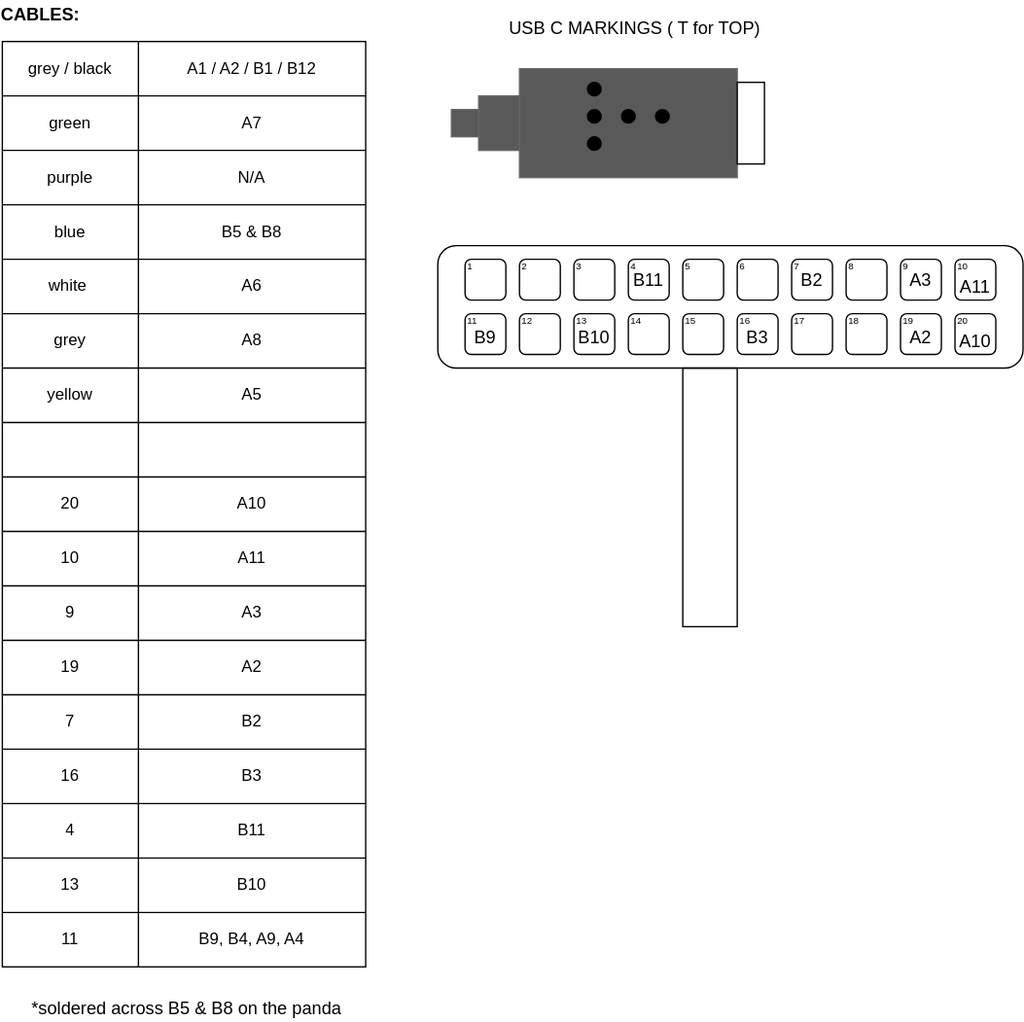
This is images/cable_and_pinout.svg from nanoadmin/rpilot, a draw.io export, as it was before one commit. Source tidied: cells renumbered, new cells last; positions are measured from the earlier drawing's top-left corner, leaving out a move shared by most shapes.
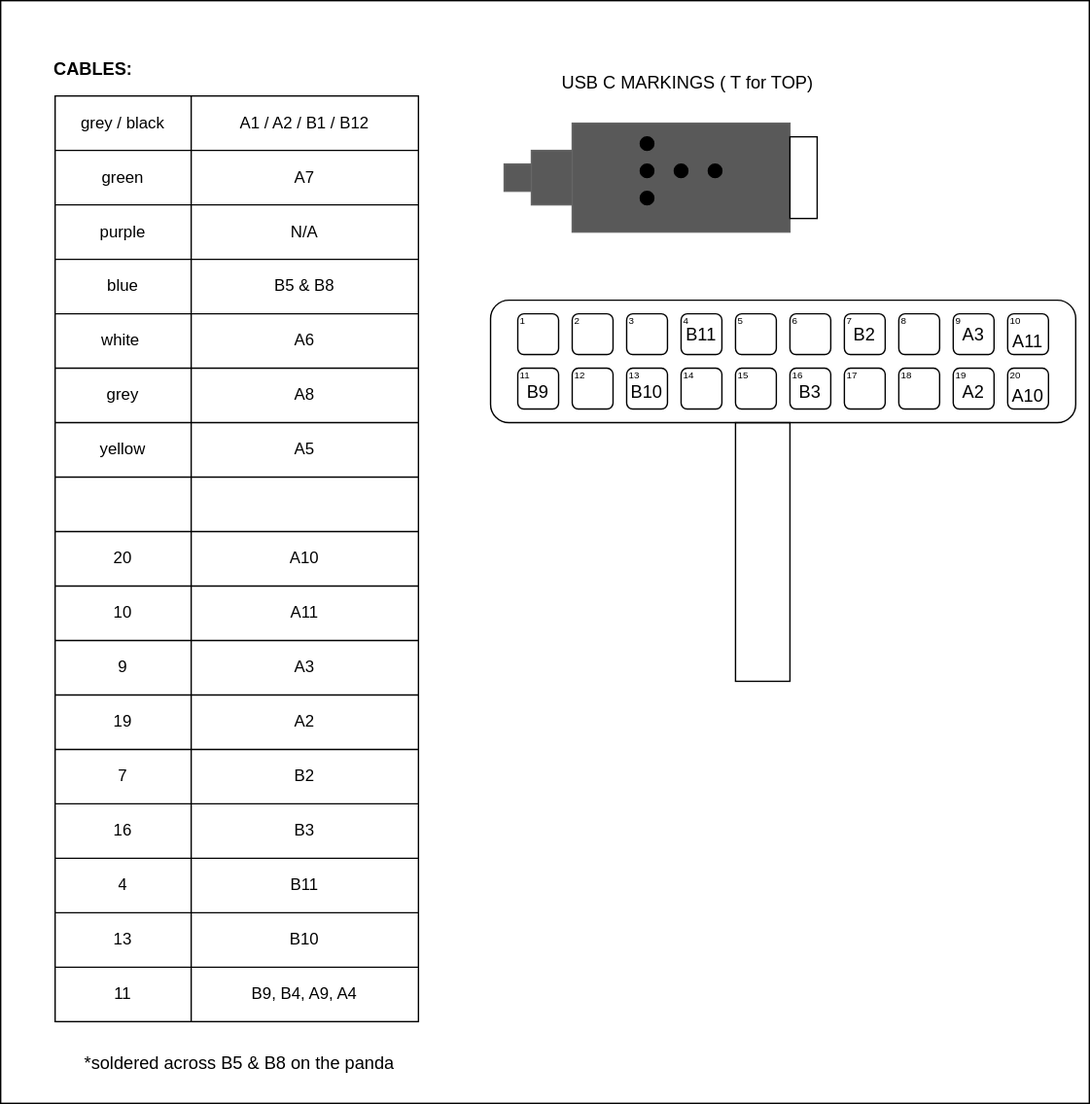
Later version of the same file.

The edit, as a diff of the source:
```diff
@@ -2,6 +2,9 @@
   <root>
     <mxCell id="0" />
     <mxCell id="1" parent="0" />
+    <mxCell id="100" style="rounded=0;whiteSpace=wrap;html=1;" parent="1" vertex="1">
+      <mxGeometry x="-40" y="-40" width="800" height="810" as="geometry" />
+    </mxCell>
     <mxCell id="2" style="group;" parent="1" vertex="1">
       <mxGeometry x="320" y="180" width="430" height="90" as="geometry" />
     </mxCell>
```
